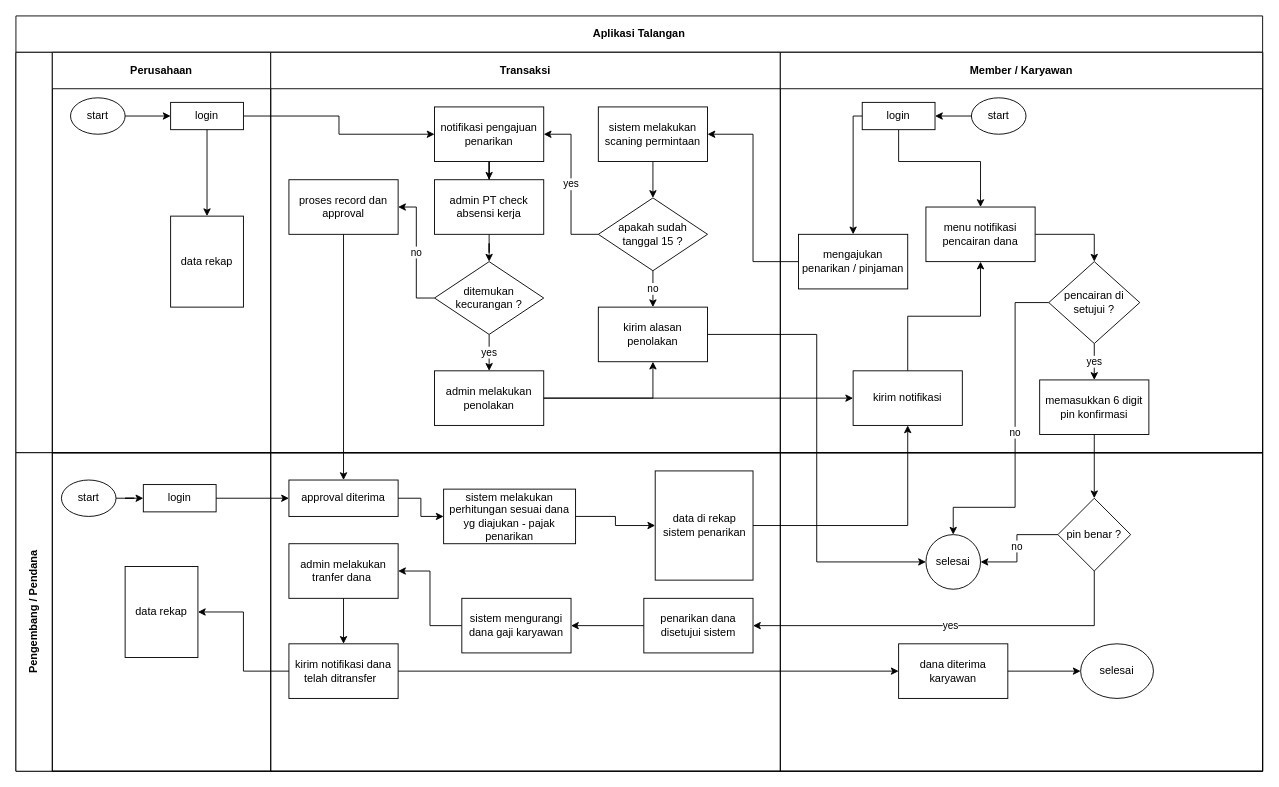
This is page "Page-1" (1 of 3) of Transaksi Aplikasi Diagram.drawio from taufik22/LARAVEL-AIRPUTIH, a draw.io file, before an edit. Source tidied: cells renumbered, new cells numbered last; positions are measured from the earlier drawing's top-left corner, leaving out a move shared by most shapes. Both pictures are drawn from the tidied source at 91%, with x=0, y=0 at pixel (15, 15).
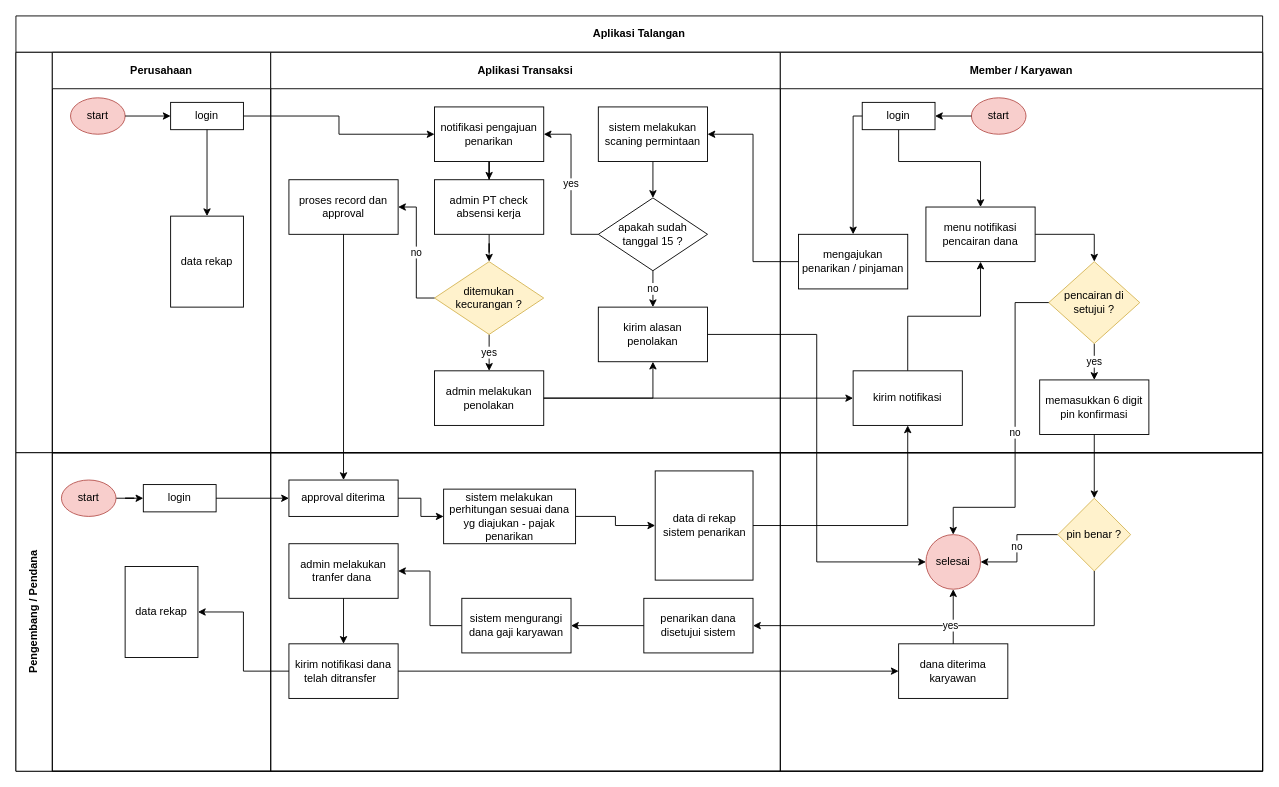
The same diagram, later.

Unchanged cells that the change refers to:
```xml
<mxCell id="3" style="swimlane;horizontal=0;startSize=40;html=1;whiteSpace=wrap;" parent="2" vertex="1">
  <mxGeometry y="40" width="1370" height="440" as="geometry" />
</mxCell>
<mxCell id="4" value="Perusahaan" style="swimlane;startSize=40;html=1;whiteSpace=wrap;" parent="3" vertex="1">
  <mxGeometry x="40" width="240" height="440" as="geometry" />
</mxCell>
<mxCell id="28" value="Member / Karyawan" style="swimlane;startSize=40;html=1;whiteSpace=wrap;" parent="3" vertex="1">
  <mxGeometry x="840" width="530" height="440" as="geometry" />
</mxCell>
<mxCell id="43" style="swimlane;startSize=0;html=1;whiteSpace=wrap;" parent="42" vertex="1">
  <mxGeometry x="40" width="240" height="350" as="geometry" />
</mxCell>
<mxCell id="56" style="swimlane;startSize=0;html=1;whiteSpace=wrap;" parent="42" vertex="1">
  <mxGeometry x="840" width="530" height="350" as="geometry" />
</mxCell>
<mxCell id="60" value="dana diterima karyawan" style="whiteSpace=wrap;html=1;" parent="56" vertex="1">
  <mxGeometry x="130" y="210" width="120" height="60" as="geometry" />
</mxCell>
```

What changed in the source:
```diff
@@
-    <mxCell id="5" value="start" style="ellipse;whiteSpace=wrap;html=1;" parent="4" vertex="1">
+    <mxCell id="5" value="start" style="ellipse;whiteSpace=wrap;html=1;fillColor=#f8cecc;strokeColor=#b85450;" parent="4" vertex="1">
       <mxGeometry x="20" y="50" width="60" height="40" as="geometry" />
     </mxCell>
@@
-    <mxCell id="10" value="Transaksi" style="swimlane;startSize=40;html=1;whiteSpace=wrap;" parent="3" vertex="1">
+    <mxCell id="10" value="Aplikasi Transaksi" style="swimlane;startSize=40;html=1;whiteSpace=wrap;" parent="3" vertex="1">
       <mxGeometry x="280" width="560" height="440" as="geometry" />
     </mxCell>
@@
-    <mxCell id="21" value="ditemukan kecurangan ?" style="rhombus;whiteSpace=wrap;html=1;" parent="10" vertex="1">
+    <mxCell id="21" value="ditemukan kecurangan ?" style="rhombus;whiteSpace=wrap;html=1;fillColor=#fff2cc;strokeColor=#d6b656;" parent="10" vertex="1">
       <mxGeometry x="180" y="230" width="120" height="80" as="geometry" />
     </mxCell>
@@
-    <mxCell id="29" value="start" style="ellipse;whiteSpace=wrap;html=1;" parent="28" vertex="1">
+    <mxCell id="29" value="start" style="ellipse;whiteSpace=wrap;html=1;fillColor=#f8cecc;strokeColor=#b85450;" parent="28" vertex="1">
       <mxGeometry x="210" y="50" width="60" height="40" as="geometry" />
     </mxCell>
@@
-    <mxCell id="38" value="pencairan di setujui ?" style="rhombus;whiteSpace=wrap;html=1;" parent="28" vertex="1">
+    <mxCell id="38" value="pencairan di setujui ?" style="rhombus;whiteSpace=wrap;html=1;fillColor=#fff2cc;strokeColor=#d6b656;" parent="28" vertex="1">
       <mxGeometry x="295" y="230" width="100" height="90" as="geometry" />
     </mxCell>
@@
-    <mxCell id="45" value="start" style="ellipse;whiteSpace=wrap;html=1;" parent="43" vertex="1">
+    <mxCell id="45" value="start" style="ellipse;whiteSpace=wrap;html=1;fillColor=#f8cecc;strokeColor=#b85450;" parent="43" vertex="1">
       <mxGeometry x="10" y="30" width="60" height="40" as="geometry" />
     </mxCell>
@@
-    <mxCell id="57" value="selesai" style="ellipse;whiteSpace=wrap;html=1;" parent="56" vertex="1">
+    <mxCell id="57" value="selesai" style="ellipse;whiteSpace=wrap;html=1;fillColor=#f8cecc;strokeColor=#b85450;" parent="56" vertex="1">
       <mxGeometry x="160" y="90" width="60" height="60" as="geometry" />
     </mxCell>
@@
-    <mxCell id="59" value="pin benar ?" style="rhombus;whiteSpace=wrap;html=1;" parent="56" vertex="1">
+    <mxCell id="59" value="pin benar ?" style="rhombus;whiteSpace=wrap;html=1;fillColor=#fff2cc;strokeColor=#d6b656;" parent="56" vertex="1">
       <mxGeometry x="305" y="50" width="80" height="80" as="geometry" />
     </mxCell>
@@
+    <mxCell id="79" style="edgeStyle=orthogonalEdgeStyle;rounded=0;jettySize=auto;html=1;entryX=0.5;entryY=1;entryDx=0;entryDy=0;" parent="56" edge="1" source="60" target="57">
+      <mxGeometry relative="1" as="geometry" />
+    </mxCell>
@@
-    <mxCell id="78" value="selesai" style="ellipse;whiteSpace=wrap;html=1;" parent="1" vertex="1">
-      <mxGeometry x="1170" y="690" width="80" height="60" as="geometry" />
-    </mxCell>
-    <mxCell id="79" style="edgeStyle=orthogonalEdgeStyle;rounded=0;jettySize=auto;html=1;" parent="1" edge="1" source="60" target="78">
-      <mxGeometry relative="1" as="geometry" />
-    </mxCell>
```
